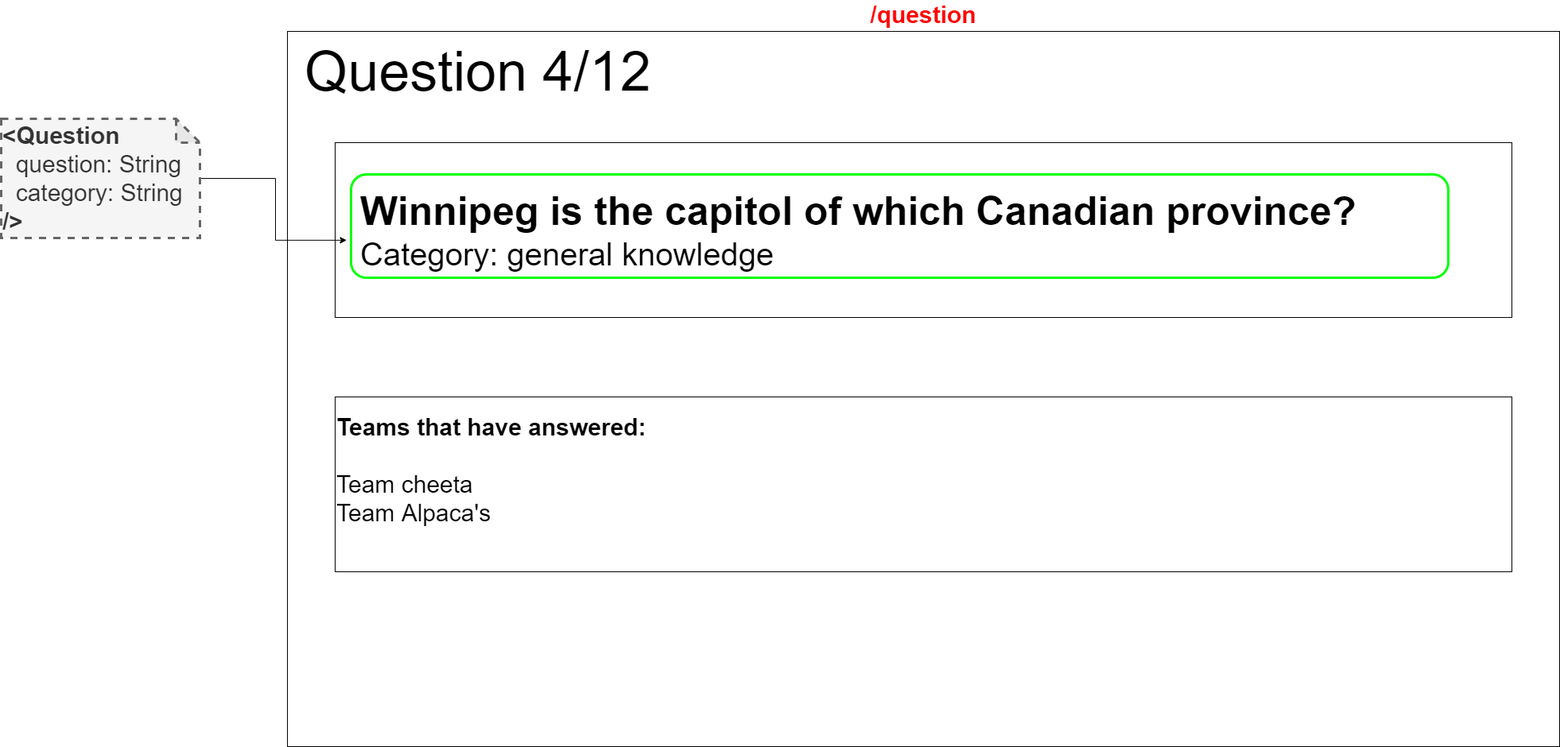
This is docs/wireframes-with-react-components/scoreboard-question.png from IkBenDeSjaak/Quizzer, a draw.io export, as it was before one commit. Source tidied: cells renumbered, new cells last; positions are measured from the earlier drawing's top-left corner, leaving out a move shared by most shapes.
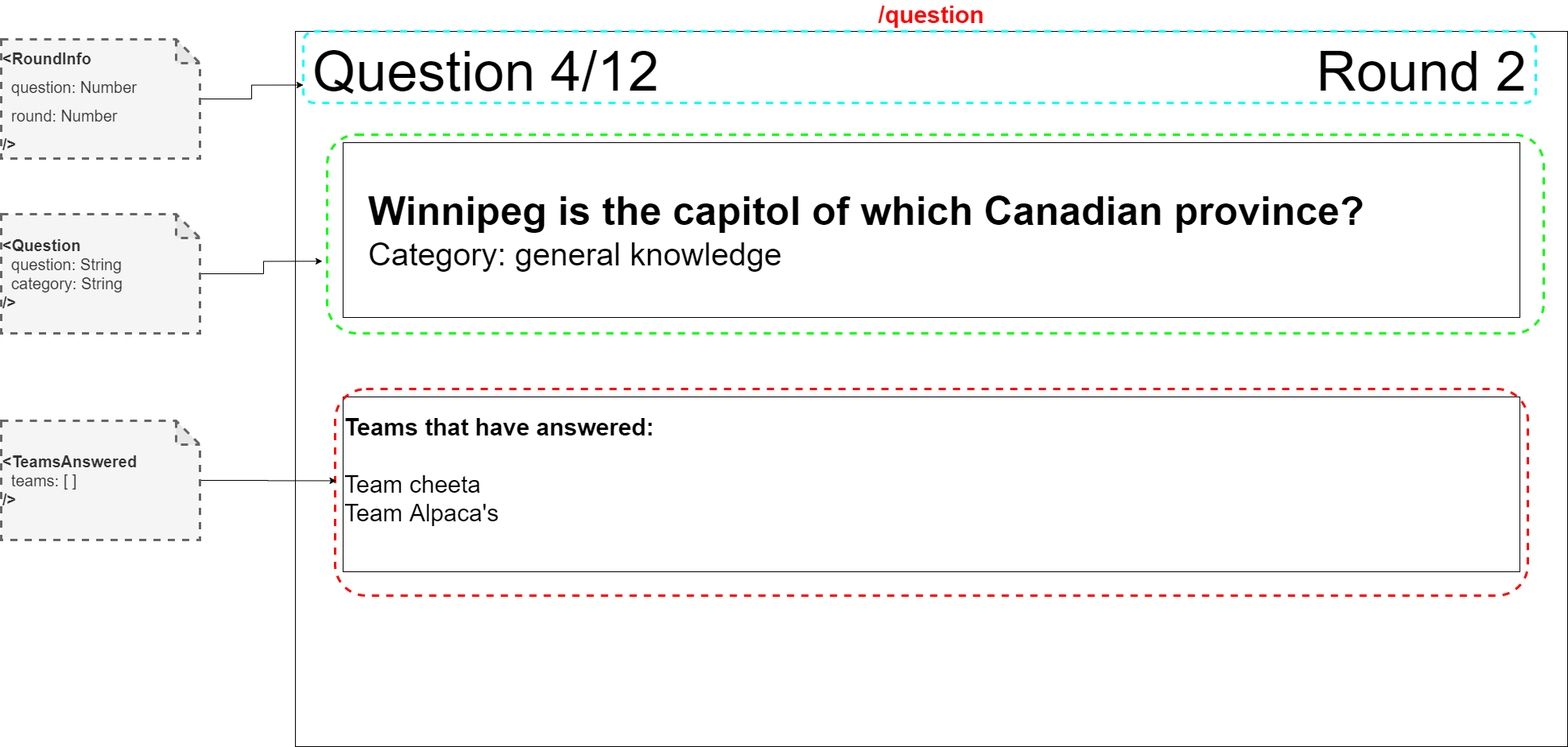
Above is the later version.

Change to the diagram source:
```diff
@@ -17,14 +17,35 @@
     <mxCell id="6" value="&lt;font style=&quot;font-size: 30px&quot;&gt;&lt;b&gt;Teams that have answered:&lt;/b&gt;&lt;br&gt;&lt;br&gt;Team cheeta&lt;br&gt;Team Alpaca's&lt;br&gt;&lt;br&gt;&lt;/font&gt;" style="rounded=0;whiteSpace=wrap;html=1;align=left;" parent="1" vertex="1">
       <mxGeometry x="420" y="460" width="1480" height="220" as="geometry" />
     </mxCell>
-    <mxCell id="7" style="rounded=1;whiteSpace=wrap;html=1;fillColor=none;strokeColor=#00FF00;strokeWidth=3;" parent="1" vertex="1">
-      <mxGeometry x="440" y="180" width="1380" height="130" as="geometry" />
+    <mxCell id="7" style="rounded=1;whiteSpace=wrap;html=1;fillColor=none;strokeColor=#00FF00;strokeWidth=3;dashed=1;" parent="1" vertex="1">
+      <mxGeometry x="400" y="130" width="1530" height="250" as="geometry" />
     </mxCell>
     <mxCell id="8" style="edgeStyle=orthogonalEdgeStyle;rounded=0;jettySize=auto;html=1;entryX=-0.004;entryY=0.637;entryDx=0;entryDy=0;entryPerimeter=0;fontSize=30;" parent="1" edge="1" source="9" target="7">
       <mxGeometry relative="1" as="geometry" />
     </mxCell>
-    <mxCell id="9" value="&lt;b&gt;&amp;lt;Question&lt;/b&gt;&lt;br&gt;&amp;nbsp; question: String&lt;br&gt;&amp;nbsp; category: String&lt;br&gt;&lt;b&gt;/&amp;gt;&lt;/b&gt;" style="shape=note;whiteSpace=wrap;html=1;backgroundOutline=1;darkOpacity=0.05;strokeColor=#666666;strokeWidth=3;fillColor=#f5f5f5;fontColor=#333333;dashed=1;fontSize=30;align=left;" parent="1" vertex="1">
-      <mxGeometry y="110" width="250" height="150" as="geometry" />
+    <mxCell id="9" value="&lt;b style=&quot;font-size: 20px;&quot;&gt;&amp;lt;Question&lt;/b&gt;&lt;br style=&quot;font-size: 20px;&quot;&gt;&amp;nbsp; question: String&lt;br style=&quot;font-size: 20px;&quot;&gt;&amp;nbsp; category: String&lt;br style=&quot;font-size: 20px;&quot;&gt;&lt;b style=&quot;font-size: 20px;&quot;&gt;/&amp;gt;&lt;/b&gt;" style="shape=note;whiteSpace=wrap;html=1;backgroundOutline=1;darkOpacity=0.05;strokeColor=#666666;strokeWidth=3;fillColor=#f5f5f5;fontColor=#333333;dashed=1;fontSize=20;align=left;" parent="1" vertex="1">
+      <mxGeometry x="-10" y="230" width="250" height="150" as="geometry" />
     </mxCell>
+    <mxCell id="10" value="&lt;font style=&quot;font-size: 70px&quot;&gt;Round 2&lt;/font&gt;" style="text;html=1;align=right;verticalAlign=middle;" parent="1" vertex="1">
+      <mxGeometry x="1630" y="30" width="280" height="40" as="geometry" />
+    </mxCell>
+    <mxCell id="11" style="rounded=1;whiteSpace=wrap;html=1;fillColor=none;strokeWidth=3;dashed=1;strokeColor=#00FFFF;align=left;fontSize=20;" parent="1" vertex="1">
+      <mxGeometry x="370" width="1550" height="90" as="geometry" />
+    </mxCell>
+    <mxCell id="12" style="edgeStyle=orthogonalEdgeStyle;rounded=0;jettySize=auto;html=1;entryX=0;entryY=0.75;entryDx=0;entryDy=0;fontSize=20;" parent="1" edge="1" source="13" target="11">
+      <mxGeometry relative="1" as="geometry" />
+    </mxCell>
+    <mxCell id="13" value="&lt;font style=&quot;font-size: 20px&quot;&gt;&lt;b&gt;&amp;lt;RoundInfo&lt;br&gt;&lt;/b&gt;&amp;nbsp; question: Number&lt;br&gt;&amp;nbsp; round: Number&lt;br&gt;&lt;b&gt;/&amp;gt;&lt;/b&gt;&lt;/font&gt;" style="shape=note;whiteSpace=wrap;html=1;backgroundOutline=1;darkOpacity=0.05;strokeColor=#666666;strokeWidth=3;fillColor=#f5f5f5;fontColor=#333333;dashed=1;fontSize=30;align=left;" parent="1" vertex="1">
+      <mxGeometry x="-10" y="10" width="250" height="150" as="geometry" />
+    </mxCell>
+    <mxCell id="14" style="rounded=1;whiteSpace=wrap;html=1;dashed=1;strokeWidth=3;fillColor=none;fontSize=20;align=left;strokeColor=#FF0000;" parent="1" vertex="1">
+      <mxGeometry x="410" y="450" width="1500" height="260" as="geometry" />
+    </mxCell>
+    <mxCell id="15" style="edgeStyle=orthogonalEdgeStyle;rounded=0;jettySize=auto;html=1;entryX=0.001;entryY=0.444;entryDx=0;entryDy=0;entryPerimeter=0;fontSize=20;" parent="1" edge="1" source="16" target="14">
+      <mxGeometry relative="1" as="geometry" />
+    </mxCell>
+    <mxCell id="16" value="&lt;b style=&quot;font-size: 20px&quot;&gt;&amp;lt;TeamsAnswered&lt;/b&gt;&lt;br style=&quot;font-size: 20px&quot;&gt;&amp;nbsp; teams: [ ]&lt;br style=&quot;font-size: 20px&quot;&gt;&lt;b style=&quot;font-size: 20px&quot;&gt;/&amp;gt;&lt;/b&gt;" style="shape=note;whiteSpace=wrap;html=1;backgroundOutline=1;darkOpacity=0.05;strokeColor=#666666;strokeWidth=3;fillColor=#f5f5f5;fontColor=#333333;dashed=1;fontSize=20;align=left;" parent="1" vertex="1">
+      <mxGeometry x="-10" y="490" width="250" height="150" as="geometry" />
+    </mxCell>
   </root>
 </mxGraphModel>
```
